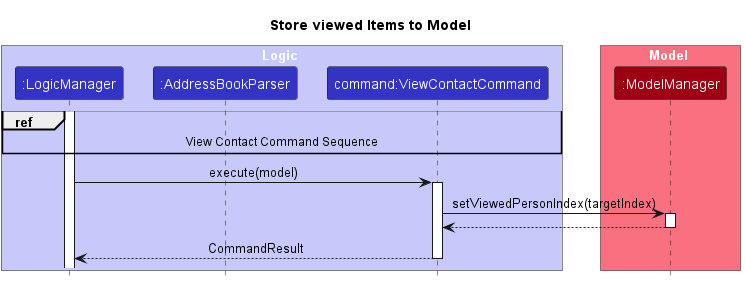
Before: docs/images/tracing/ViewCommandsSequenceDiagram-StoreViewedItemsToModel.png, a diagram exported from PlantUML (nus-cs2103-AY2324S1/tp). The source it was exported from:
```plantuml
@startuml
!include ../style.puml
skinparam ArrowFontStyle plain

title Store viewed Items to Model

box Logic LOGIC_COLOR_T1
Participant ":LogicManager" as logic LOGIC_COLOR
Participant ":AddressBookParser" as abp LOGIC_COLOR
Participant "command:ViewContactCommand" as vcc LOGIC_COLOR
end box

box Model MODEL_COLOR_T1
Participant ":ModelManager" as model MODEL_COLOR
end box

activate logic
ref over logic, abp, vcc: View Contact Command Sequence
logic -> vcc ++: execute(model)
vcc -> model ++: setViewedPersonIndex(targetIndex)
model --> vcc --:
vcc --> logic --: CommandResult

@enduml
```
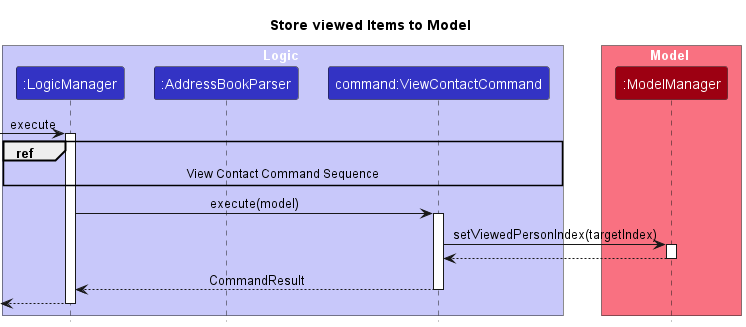
Later version of the same file.

Change to the diagram source:
```diff
@@ -14,11 +14,14 @@
 Participant ":ModelManager" as model MODEL_COLOR
 end box
 
+[->logic : execute
 activate logic
 ref over logic, abp, vcc: View Contact Command Sequence
 logic -> vcc ++: execute(model)
 vcc -> model ++: setViewedPersonIndex(targetIndex)
 model --> vcc --:
 vcc --> logic --: CommandResult
+[<--logic
+deactivate logic
 
 @enduml
```
